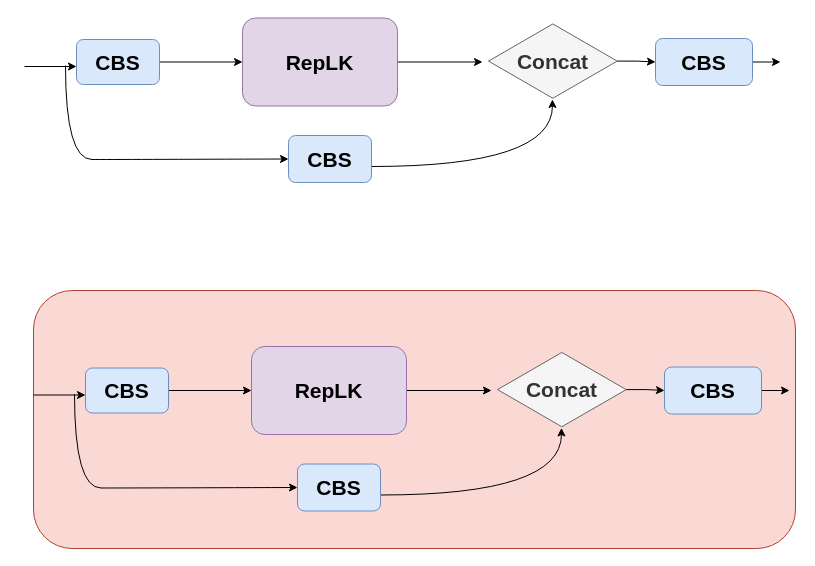
This is 未命名绘图.drawio from JaniceSu-su/HelloWorld, a draw.io file, before an edit. Source tidied: cells renumbered, new cells numbered last; positions are measured from the earlier drawing's top-left corner, leaving out a move shared by most shapes. Both pictures are drawn from the tidied source at 100%, with x=0, y=0 at pixel (24, 18).
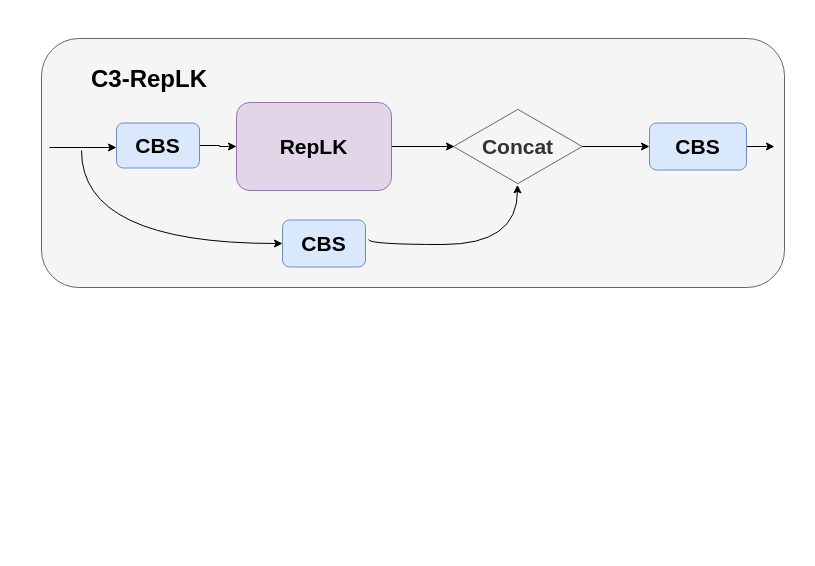
The same diagram, later.

What changed in the source:
```diff
@@
-    <mxCell id="2" style="edgeStyle=orthogonalEdgeStyle;rounded=0;jettySize=auto;html=1;entryX=0;entryY=0.5;entryDx=0;entryDy=0;" parent="1" edge="1" source="4" target="12">
-      <mxGeometry relative="1" as="geometry" />
-    </mxCell>
-    <mxCell id="3" style="edgeStyle=orthogonalEdgeStyle;rounded=0;jettySize=auto;html=1;curved=1;entryX=0;entryY=0.5;entryDx=0;entryDy=0;" parent="1" edge="1" target="6">
-      <mxGeometry relative="1" as="geometry">
-        <mxPoint x="41" y="47" as="sourcePoint" />
-        <Array as="points">
-          <mxPoint x="94" y="141" />
-          <mxPoint x="257" y="141" />
-        </Array>
-      </mxGeometry>
-    </mxCell>
-    <mxCell id="4" value="&lt;b&gt;&lt;font style=&quot;font-size: 21px;&quot;&gt;CBS&lt;/font&gt;&lt;/b&gt;" style="rounded=1;whiteSpace=wrap;html=1;fillColor=#dae8fc;strokeColor=#6c8ebf;" parent="1" vertex="1">
-      <mxGeometry x="52" y="21" width="83" height="45" as="geometry" />
-    </mxCell>
-    <mxCell id="5" style="edgeStyle=orthogonalEdgeStyle;rounded=0;jettySize=auto;html=1;curved=1;entryX=0.497;entryY=0.997;entryDx=0;entryDy=0;entryPerimeter=0;" parent="1" edge="1" source="6" target="10">
-      <mxGeometry relative="1" as="geometry">
-        <Array as="points">
-          <mxPoint x="528" y="148" />
-        </Array>
-      </mxGeometry>
-    </mxCell>
-    <mxCell id="6" value="&lt;b&gt;&lt;font style=&quot;font-size: 21px;&quot;&gt;CBS&lt;/font&gt;&lt;/b&gt;" style="rounded=1;whiteSpace=wrap;html=1;fillColor=#dae8fc;strokeColor=#6c8ebf;" parent="1" vertex="1">
-      <mxGeometry x="264" y="117" width="83" height="47" as="geometry" />
-    </mxCell>
-    <mxCell id="7" style="edgeStyle=orthogonalEdgeStyle;rounded=0;jettySize=auto;html=1;" parent="1" edge="1" source="8">
-      <mxGeometry relative="1" as="geometry">
-        <mxPoint x="756" y="43.5" as="targetPoint" />
-      </mxGeometry>
-    </mxCell>
-    <mxCell id="8" value="&lt;b&gt;&lt;font style=&quot;font-size: 21px;&quot;&gt;CBS&lt;/font&gt;&lt;/b&gt;" style="rounded=1;whiteSpace=wrap;html=1;fillColor=#dae8fc;strokeColor=#6c8ebf;" parent="1" vertex="1">
-      <mxGeometry x="631" y="20" width="97" height="47" as="geometry" />
-    </mxCell>
-    <mxCell id="9" style="edgeStyle=orthogonalEdgeStyle;rounded=0;jettySize=auto;html=1;entryX=0;entryY=0.5;entryDx=0;entryDy=0;" parent="1" edge="1" source="10" target="8">
-      <mxGeometry relative="1" as="geometry" />
-    </mxCell>
-    <mxCell id="10" value="&lt;b&gt;&lt;font style=&quot;font-size: 21px;&quot;&gt;Concat&lt;/font&gt;&lt;/b&gt;" style="html=1;whiteSpace=wrap;shape=isoRectangle;fillColor=#f5f5f5;fontColor=#333333;strokeColor=#666666;" parent="1" vertex="1">
-      <mxGeometry x="464" y="4" width="128.7" height="77.2" as="geometry" />
-    </mxCell>
-    <mxCell id="11" style="edgeStyle=orthogonalEdgeStyle;rounded=0;jettySize=auto;html=1;" parent="1" edge="1" source="12">
-      <mxGeometry relative="1" as="geometry">
-        <mxPoint x="458" y="43.5" as="targetPoint" />
-      </mxGeometry>
-    </mxCell>
-    <mxCell id="12" value="&lt;font style=&quot;font-size: 21px;&quot;&gt;&lt;b&gt;RepLK&lt;/b&gt;&lt;/font&gt;" style="rounded=1;whiteSpace=wrap;html=1;fillColor=#e1d5e7;strokeColor=#9673a6;" parent="1" vertex="1">
-      <mxGeometry x="218" y="-0.5" width="155" height="88" as="geometry" />
-    </mxCell>
-    <mxCell id="13" style="endArrow=classic;html=1;rounded=0;" parent="1" edge="1">
-      <mxGeometry relative="1" as="geometry">
-        <mxPoint y="48" as="sourcePoint" />
-        <mxPoint x="52" y="48" as="targetPoint" />
-      </mxGeometry>
-    </mxCell>
-    <mxCell id="14" style="rounded=1;whiteSpace=wrap;html=1;fillColor=#fad9d5;strokeColor=#ae4132;" parent="1" vertex="1">
-      <mxGeometry x="9" y="272" width="762" height="258" as="geometry" />
+    <mxCell id="14" style="rounded=1;whiteSpace=wrap;html=1;fillColor=#f5f5f5;strokeColor=#666666;align=left;fontFamily=Times New Roman;fontColor=#333333;" parent="1" vertex="1">
+      <mxGeometry x="17" y="20" width="743" height="249" as="geometry" />
     </mxCell>
@@
-    <mxCell id="16" style="edgeStyle=orthogonalEdgeStyle;rounded=0;jettySize=auto;html=1;curved=1;entryX=0;entryY=0.5;entryDx=0;entryDy=0;" parent="1" edge="1" target="19">
-      <mxGeometry relative="1" as="geometry">
-        <mxPoint x="50" y="375.5" as="sourcePoint" />
-        <Array as="points">
-          <mxPoint x="103" y="469.5" />
-          <mxPoint x="266" y="469.5" />
-        </Array>
-      </mxGeometry>
-    </mxCell>
     <mxCell id="17" value="&lt;b&gt;&lt;font style=&quot;font-size: 21px;&quot;&gt;CBS&lt;/font&gt;&lt;/b&gt;" style="rounded=1;whiteSpace=wrap;html=1;fillColor=#dae8fc;strokeColor=#6c8ebf;" parent="1" vertex="1">
-      <mxGeometry x="61" y="349.5" width="83" height="45" as="geometry" />
+      <mxGeometry x="92" y="104.5" width="83" height="45" as="geometry" />
     </mxCell>
-    <mxCell id="18" style="edgeStyle=orthogonalEdgeStyle;rounded=0;jettySize=auto;html=1;curved=1;entryX=0.497;entryY=0.997;entryDx=0;entryDy=0;entryPerimeter=0;" parent="1" edge="1" source="19" target="23">
+    <mxCell id="18" style="edgeStyle=orthogonalEdgeStyle;rounded=0;jettySize=auto;html=1;curved=1;entryX=0.497;entryY=0.997;entryDx=0;entryDy=0;entryPerimeter=0;" parent="1" edge="1" target="23">
       <mxGeometry relative="1" as="geometry">
+        <mxPoint x="344" y="221" as="sourcePoint" />
         <Array as="points">
-          <mxPoint x="537" y="476.5" />
+          <mxPoint x="344" y="226" />
+          <mxPoint x="493" y="226" />
         </Array>
       </mxGeometry>
     </mxCell>
     <mxCell id="19" value="&lt;b&gt;&lt;font style=&quot;font-size: 21px;&quot;&gt;CBS&lt;/font&gt;&lt;/b&gt;" style="rounded=1;whiteSpace=wrap;html=1;fillColor=#dae8fc;strokeColor=#6c8ebf;" parent="1" vertex="1">
-      <mxGeometry x="273" y="445.5" width="83" height="47" as="geometry" />
+      <mxGeometry x="258" y="201.5" width="83" height="47" as="geometry" />
     </mxCell>
     <mxCell id="20" style="edgeStyle=orthogonalEdgeStyle;rounded=0;jettySize=auto;html=1;" parent="1" edge="1" source="21">
       <mxGeometry relative="1" as="geometry">
-        <mxPoint x="765" y="372" as="targetPoint" />
+        <mxPoint x="750" y="128" as="targetPoint" />
       </mxGeometry>
     </mxCell>
     <mxCell id="21" value="&lt;b&gt;&lt;font style=&quot;font-size: 21px;&quot;&gt;CBS&lt;/font&gt;&lt;/b&gt;" style="rounded=1;whiteSpace=wrap;html=1;fillColor=#dae8fc;strokeColor=#6c8ebf;" parent="1" vertex="1">
-      <mxGeometry x="640" y="348.5" width="97" height="47" as="geometry" />
+      <mxGeometry x="625" y="104.5" width="97" height="47" as="geometry" />
     </mxCell>
@@
     <mxCell id="23" value="&lt;b&gt;&lt;font style=&quot;font-size: 21px;&quot;&gt;Concat&lt;/font&gt;&lt;/b&gt;" style="html=1;whiteSpace=wrap;shape=isoRectangle;fillColor=#f5f5f5;fontColor=#333333;strokeColor=#666666;" parent="1" vertex="1">
-      <mxGeometry x="473" y="332.5" width="128.7" height="77.2" as="geometry" />
+      <mxGeometry x="429" y="89.4" width="128.7" height="77.2" as="geometry" />
     </mxCell>
     <mxCell id="24" style="edgeStyle=orthogonalEdgeStyle;rounded=0;jettySize=auto;html=1;" parent="1" edge="1" source="25">
       <mxGeometry relative="1" as="geometry">
-        <mxPoint x="467" y="372" as="targetPoint" />
+        <mxPoint x="430" y="128" as="targetPoint" />
       </mxGeometry>
     </mxCell>
     <mxCell id="25" value="&lt;font style=&quot;font-size: 21px;&quot;&gt;&lt;b&gt;RepLK&lt;/b&gt;&lt;/font&gt;" style="rounded=1;whiteSpace=wrap;html=1;fillColor=#e1d5e7;strokeColor=#9673a6;" parent="1" vertex="1">
-      <mxGeometry x="227" y="328" width="155" height="88" as="geometry" />
+      <mxGeometry x="212" y="84" width="155" height="88" as="geometry" />
     </mxCell>
-    <mxCell id="26" style="endArrow=classic;html=1;rounded=0;" parent="1" edge="1">
-      <mxGeometry relative="1" as="geometry">
-        <mxPoint x="9" y="376.5" as="sourcePoint" />
-        <mxPoint x="61" y="376.5" as="targetPoint" />
-      </mxGeometry>
-    </mxCell>
@@
+    <mxCell id="28" style="edgeStyle=orthogonalEdgeStyle;rounded=0;orthogonalLoop=1;jettySize=auto;html=1;entryX=0;entryY=0.5;entryDx=0;entryDy=0;" parent="1" edge="1">
+      <mxGeometry relative="1" as="geometry">
+        <mxPoint x="25" y="129" as="sourcePoint" />
+        <mxPoint x="92" y="129" as="targetPoint" />
+      </mxGeometry>
+    </mxCell>
+    <mxCell id="29" style="endArrow=classic;html=1;rounded=0;edgeStyle=orthogonalEdgeStyle;curved=1;entryX=0;entryY=0.5;entryDx=0;entryDy=0;" parent="1" edge="1" target="19">
+      <mxGeometry relative="1" as="geometry">
+        <mxPoint x="57" y="132" as="sourcePoint" />
+        <Array as="points">
+          <mxPoint x="57" y="225" />
+        </Array>
+      </mxGeometry>
+    </mxCell>
+    <mxCell id="30" value="&lt;font style=&quot;font-size: 24px;&quot;&gt;&lt;b&gt;C3-RepLK&lt;/b&gt;&lt;/font&gt;" style="text;html=1;strokeColor=none;fillColor=none;align=center;verticalAlign=middle;whiteSpace=wrap;rounded=0;" parent="1" vertex="1">
+      <mxGeometry x="58.5" y="46" width="131.5" height="30" as="geometry" />
+    </mxCell>
```
